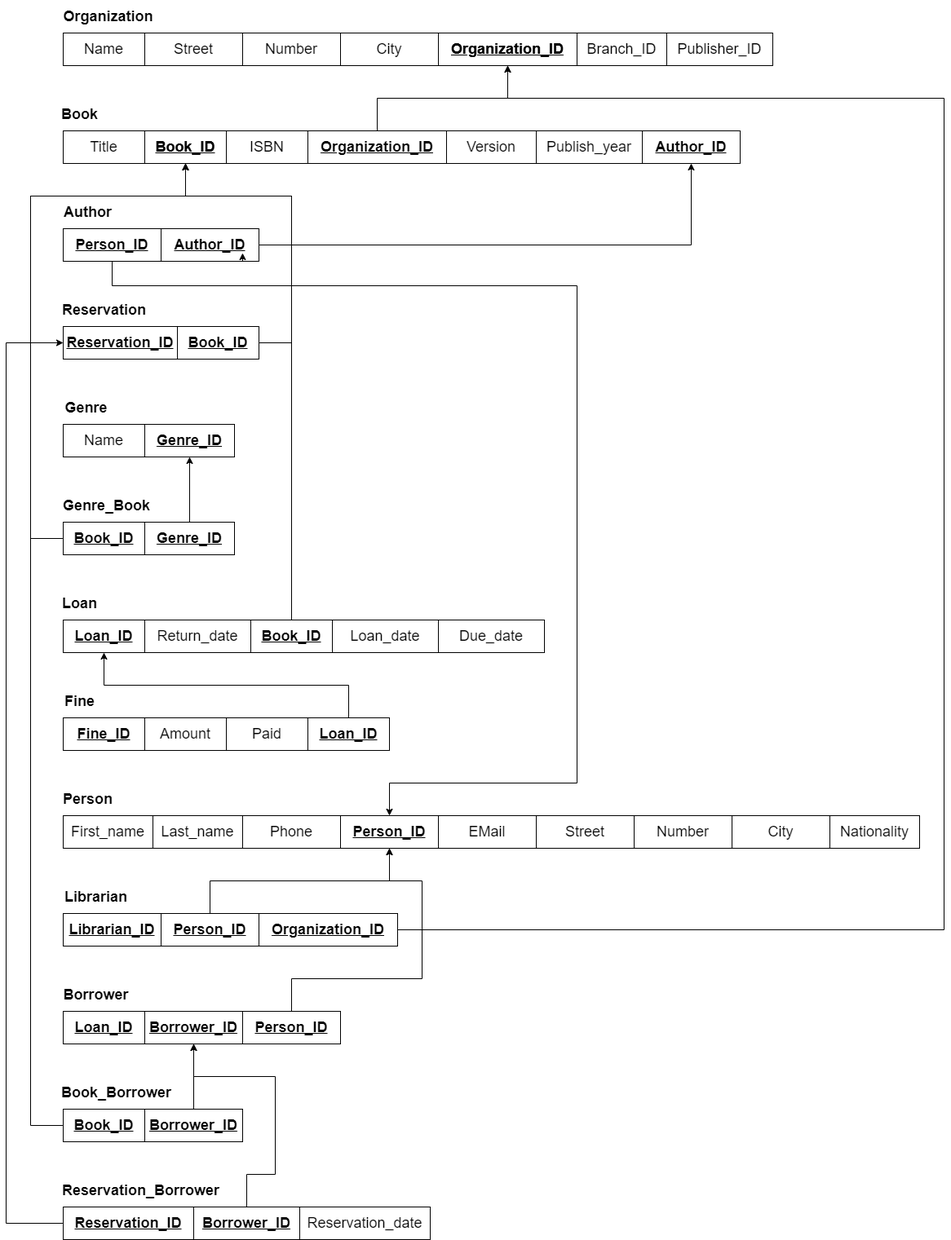
Earlier version of the draw.io export Relational_Model/Relational Model - 3NF.png (YouAndMEME/sose23-database). Source tidied: cells renumbered, new cells last; positions are measured from the earlier drawing's top-left corner, leaving out a move shared by most shapes.
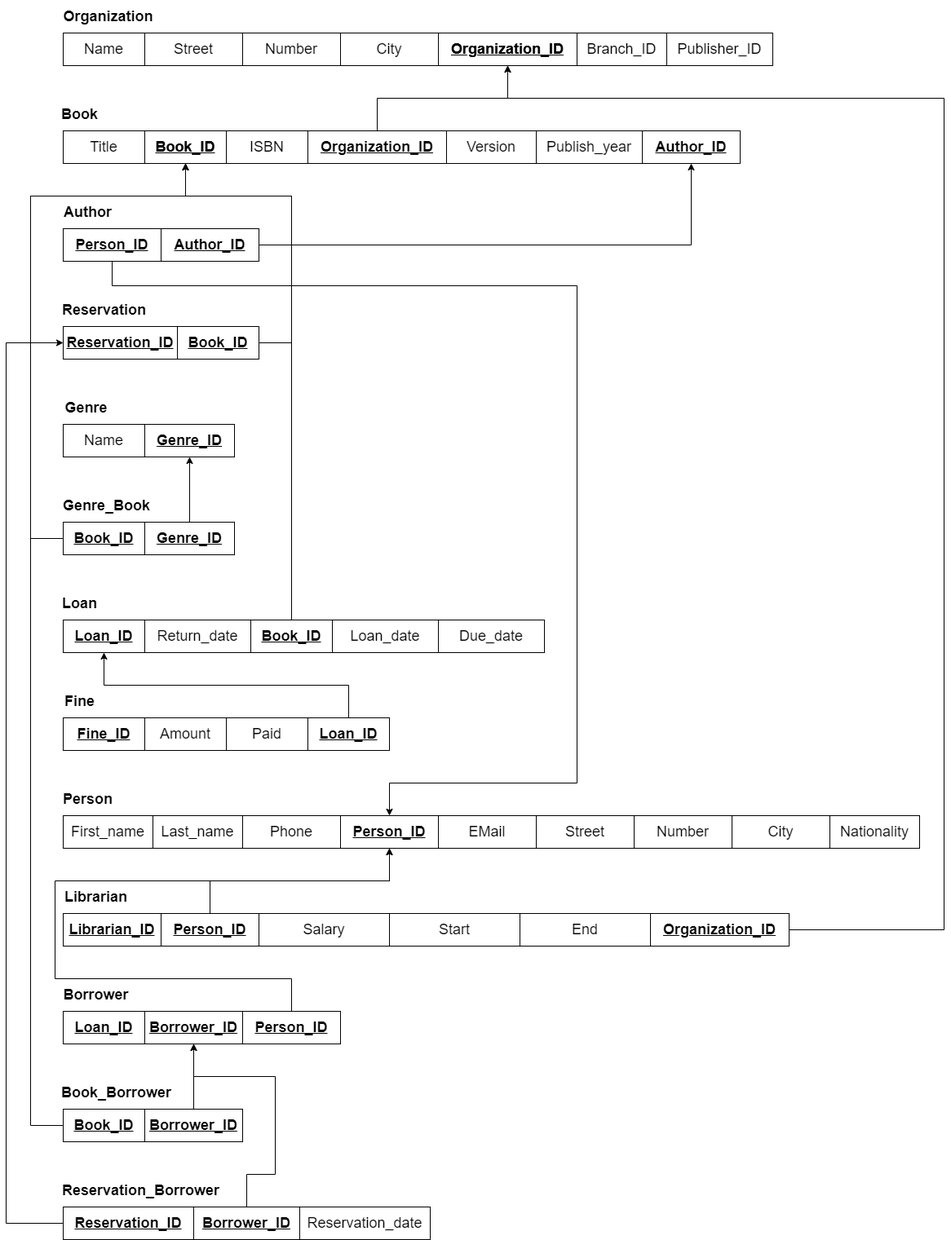
After the change.

Change to the diagram source:
```diff
@@ -153,8 +153,8 @@
       <mxGeometry relative="1" as="geometry">
         <Array as="points">
           <mxPoint x="350" y="1200" />
-          <mxPoint x="510" y="1200" />
-          <mxPoint x="510" y="1080" />
+          <mxPoint x="60" y="1200" />
+          <mxPoint x="60" y="1080" />
           <mxPoint x="470" y="1080" />
         </Array>
       </mxGeometry>
@@ -226,7 +226,7 @@
       </mxGeometry>
     </mxCell>
     <mxCell id="59" value="&lt;b&gt;Organization_ID&lt;/b&gt;" style="whiteSpace=wrap;html=1;align=center;strokeColor=default;fontSize=18;fillColor=none;fontStyle=4;" parent="1" vertex="1">
-      <mxGeometry x="310" y="1120" width="170" height="40" as="geometry" />
+      <mxGeometry x="790" y="1120" width="170" height="40" as="geometry" />
     </mxCell>
     <mxCell id="60" value="Street" style="whiteSpace=wrap;html=1;align=center;strokeColor=default;fontSize=18;fillColor=none;" parent="1" vertex="1">
       <mxGeometry x="170" y="40" width="120" height="40" as="geometry" />
@@ -310,8 +310,14 @@
     <mxCell id="82" value="Author_ID" style="whiteSpace=wrap;html=1;align=center;strokeColor=default;fontSize=18;fillColor=none;fontStyle=5;" parent="1" vertex="1">
       <mxGeometry x="780" y="160" width="120" height="40" as="geometry" />
     </mxCell>
-    <mxCell id="83" style="edgeStyle=orthogonalEdgeStyle;rounded=0;orthogonalLoop=1;jettySize=auto;html=1;exitX=0.75;exitY=1;exitDx=0;exitDy=0;entryX=0.833;entryY=0.75;entryDx=0;entryDy=0;entryPerimeter=0;" parent="1" edge="1" source="79" target="79">
-      <mxGeometry relative="1" as="geometry" />
-    </mxCell>
+    <mxCell id="84" value="Salary" style="whiteSpace=wrap;html=1;align=center;strokeColor=default;fontSize=18;fillColor=none;" parent="1" vertex="1">
+      <mxGeometry x="310" y="1120" width="160" height="40" as="geometry" />
+    </mxCell>
+    <mxCell id="85" value="End" style="whiteSpace=wrap;html=1;align=center;strokeColor=default;fontSize=18;fillColor=none;" parent="1" vertex="1">
+      <mxGeometry x="630" y="1120" width="160" height="40" as="geometry" />
+    </mxCell>
+    <mxCell id="86" value="Start" style="whiteSpace=wrap;html=1;align=center;strokeColor=default;fontSize=18;fillColor=none;" parent="1" vertex="1">
+      <mxGeometry x="470" y="1120" width="160" height="40" as="geometry" />
+    </mxCell>
   </root>
 </mxGraphModel>
```
